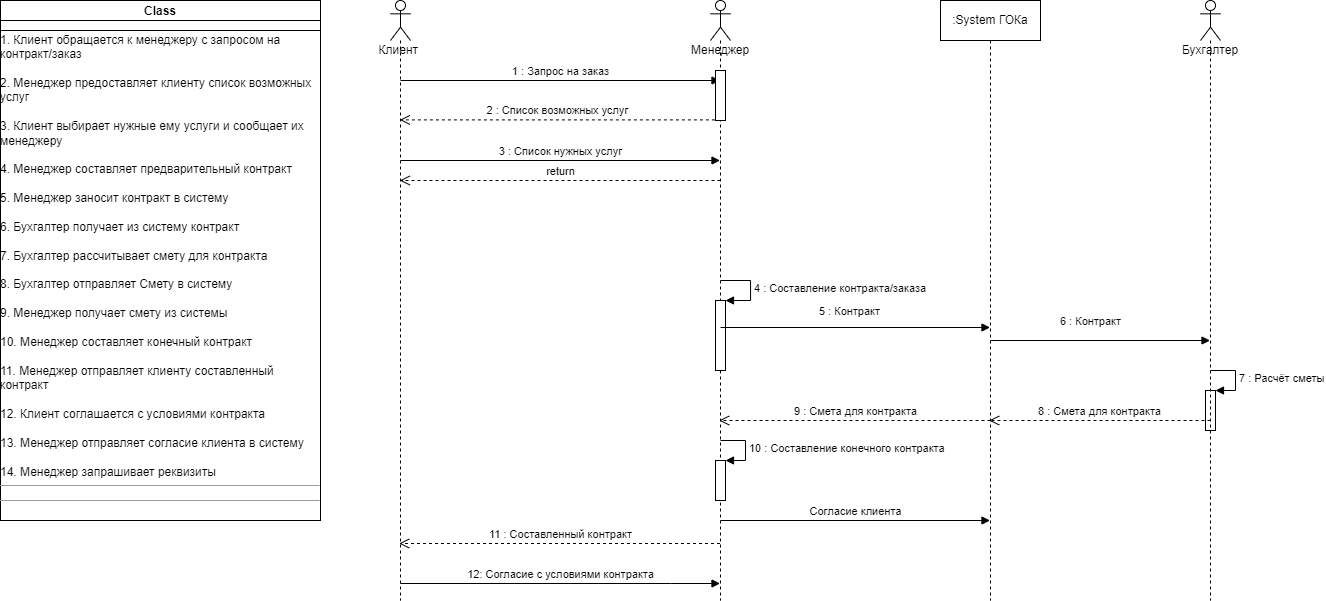
This is InteractionDiagram.drawio.png from Awftf/UML, a draw.io export, as it was before one commit. Source tidied: cells renumbered, new cells last; positions are measured from the earlier drawing's top-left corner, leaving out a move shared by most shapes. Its diagram source:
```xml
<mxGraphModel>
  <root>
    <mxCell id="0" />
    <mxCell id="1" parent="0" />
    <mxCell id="2" value="Клиент&amp;nbsp;" style="shape=umlLifeline;participant=umlActor;perimeter=lifelinePerimeter;whiteSpace=wrap;html=1;verticalAlign=top;spacingTop=36;outlineConnect=0;" parent="1" vertex="1">
      <mxGeometry x="390" width="20" height="600" as="geometry" />
    </mxCell>
    <mxCell id="3" value="3 : Список нужных услуг" style="html=1;verticalAlign=bottom;endArrow=block;rounded=0;" parent="2" edge="1" target="6">
      <mxGeometry relative="1" as="geometry">
        <mxPoint x="10" y="160" as="sourcePoint" />
      </mxGeometry>
    </mxCell>
    <mxCell id="4" value="1 : Запрос на заказ" style="html=1;verticalAlign=bottom;endArrow=block;rounded=0;" parent="2" edge="1" target="6">
      <mxGeometry relative="1" as="geometry">
        <mxPoint x="10" y="80" as="sourcePoint" />
      </mxGeometry>
    </mxCell>
    <mxCell id="5" value="12: Согласие с условиями контракта" style="html=1;verticalAlign=bottom;endArrow=block;rounded=0;" parent="2" edge="1">
      <mxGeometry relative="1" as="geometry">
        <mxPoint x="10" y="583" as="sourcePoint" />
        <mxPoint x="329.5" y="583" as="targetPoint" />
        <Array as="points">
          <mxPoint x="280" y="583" />
        </Array>
      </mxGeometry>
    </mxCell>
    <mxCell id="6" value="Менеджер&lt;br&gt;" style="shape=umlLifeline;participant=umlActor;perimeter=lifelinePerimeter;whiteSpace=wrap;html=1;verticalAlign=top;spacingTop=36;outlineConnect=0;" parent="1" vertex="1">
      <mxGeometry x="710" width="20" height="600" as="geometry" />
    </mxCell>
    <mxCell id="7" style="html=1;points=[];perimeter=orthogonalPerimeter;" parent="6" vertex="1">
      <mxGeometry x="5" y="70" width="10" height="50" as="geometry" />
    </mxCell>
    <mxCell id="8" style="html=1;points=[];perimeter=orthogonalPerimeter;" parent="6" vertex="1">
      <mxGeometry x="5" y="300" width="10" height="70" as="geometry" />
    </mxCell>
    <mxCell id="9" value="4 : Составление контракта/заказа" style="edgeStyle=orthogonalEdgeStyle;html=1;align=left;spacingLeft=2;endArrow=block;rounded=0;entryX=1;entryY=0;" parent="6" edge="1" target="8">
      <mxGeometry relative="1" as="geometry">
        <mxPoint x="10" y="280" as="sourcePoint" />
        <Array as="points">
          <mxPoint x="40" y="280" />
        </Array>
      </mxGeometry>
    </mxCell>
    <mxCell id="10" value="5 : Контракт" style="html=1;verticalAlign=bottom;endArrow=block;rounded=0;" parent="6" edge="1">
      <mxGeometry x="-0.04" y="7" relative="1" as="geometry">
        <mxPoint x="10" y="327" as="sourcePoint" />
        <mxPoint x="279.5" y="327" as="targetPoint" />
      </mxGeometry>
    </mxCell>
    <mxCell id="11" style="html=1;points=[];perimeter=orthogonalPerimeter;" parent="6" vertex="1">
      <mxGeometry x="5" y="460" width="10" height="40" as="geometry" />
    </mxCell>
    <mxCell id="12" value="10 : Составление конечного контракта&amp;nbsp;" style="edgeStyle=orthogonalEdgeStyle;html=1;align=left;spacingLeft=2;endArrow=block;rounded=0;entryX=1;entryY=0;" parent="6" edge="1" target="11">
      <mxGeometry relative="1" as="geometry">
        <mxPoint x="10" y="440" as="sourcePoint" />
        <Array as="points">
          <mxPoint x="35" y="440" />
        </Array>
      </mxGeometry>
    </mxCell>
    <mxCell id="13" value="6 : Контракт" style="html=1;verticalAlign=bottom;endArrow=block;rounded=0;" parent="6" edge="1">
      <mxGeometry x="-0.09" y="10" relative="1" as="geometry">
        <mxPoint x="280" y="340" as="sourcePoint" />
        <mxPoint x="499.5" y="340" as="targetPoint" />
      </mxGeometry>
    </mxCell>
    <mxCell id="14" style="html=1;points=[];perimeter=orthogonalPerimeter;" parent="6" vertex="1">
      <mxGeometry x="495" y="390" width="10" height="40" as="geometry" />
    </mxCell>
    <mxCell id="15" value="7 : Расчёт сметы" style="edgeStyle=orthogonalEdgeStyle;html=1;align=left;spacingLeft=2;endArrow=block;rounded=0;entryX=1;entryY=0;" parent="6" edge="1" target="14">
      <mxGeometry relative="1" as="geometry">
        <mxPoint x="500" y="370" as="sourcePoint" />
        <Array as="points">
          <mxPoint x="525" y="370" />
        </Array>
      </mxGeometry>
    </mxCell>
    <mxCell id="16" value="8 : Смета для контракта" style="html=1;verticalAlign=bottom;endArrow=open;dashed=1;endSize=8;rounded=0;" parent="6" edge="1">
      <mxGeometry relative="1" as="geometry">
        <mxPoint x="500" y="420" as="sourcePoint" />
        <mxPoint x="278.7" y="420" as="targetPoint" />
      </mxGeometry>
    </mxCell>
    <mxCell id="17" value="9 : Смета для контракта" style="html=1;verticalAlign=bottom;endArrow=open;dashed=1;endSize=8;rounded=0;" parent="6" edge="1">
      <mxGeometry relative="1" as="geometry">
        <mxPoint x="280" y="420" as="sourcePoint" />
        <mxPoint x="8.7" y="420" as="targetPoint" />
      </mxGeometry>
    </mxCell>
    <mxCell id="18" value="Согласие клиента" style="html=1;verticalAlign=bottom;endArrow=block;rounded=0;" parent="6" edge="1">
      <mxGeometry relative="1" as="geometry">
        <mxPoint x="10" y="520" as="sourcePoint" />
        <mxPoint x="279.5" y="520" as="targetPoint" />
      </mxGeometry>
    </mxCell>
    <mxCell id="19" value="&lt;p style=&quot;margin: 0px ; margin-top: 4px ; text-align: center&quot;&gt;&lt;b&gt;Class&lt;/b&gt;&lt;/p&gt;&lt;br&gt;1. Клиент обращается к менеджеру с запросом на &lt;br&gt;контракт/заказ&lt;br&gt;&lt;br&gt;2. Менеджер предоставляет клиенту список возможных&lt;br&gt;услуг&lt;br&gt;&lt;br&gt;3. Клиент выбирает нужные ему услуги и сообщает их&lt;br&gt;менеджеру&lt;br&gt;&lt;br&gt;4. Менеджер составляет предварительный контракт&lt;br&gt;&lt;br&gt;5. Менеджер заносит контракт в систему&lt;br&gt;&lt;br&gt;6. Бухгалтер получает из систему контракт&lt;br&gt;&lt;br&gt;7. Бухгалтер рассчитывает смету для контракта&amp;nbsp;&lt;br&gt;&lt;br&gt;8. Бухгалтер отправляет Смету в систему&lt;br&gt;&lt;br&gt;9. Менеджер получает смету из системы&amp;nbsp;&lt;br&gt;&lt;br&gt;10. Менеджер составляет конечный контракт&amp;nbsp;&lt;br&gt;&lt;br&gt;11. Менеджер отправляет клиенту составленный &lt;br&gt;контракт&lt;br&gt;&lt;br&gt;12. Клиент соглашается с условиями контракта&amp;nbsp;&lt;br&gt;&lt;br&gt;13. Менеджер отправляет согласие клиента в систему&lt;br&gt;&lt;br&gt;14. Менеджер запрашивает реквизиты&amp;nbsp;&lt;br&gt;&lt;hr size=&quot;1&quot;&gt;&lt;div style=&quot;height: 2px&quot;&gt;&lt;br&gt;&lt;/div&gt;&lt;hr size=&quot;1&quot;&gt;&lt;div style=&quot;height: 2px&quot;&gt;&lt;/div&gt;" style="verticalAlign=top;align=left;overflow=fill;fontSize=12;fontFamily=Helvetica;html=1;" parent="1" vertex="1">
      <mxGeometry width="320" height="520" as="geometry" />
    </mxCell>
    <mxCell id="20" style="rounded=0;whiteSpace=wrap;html=1;" parent="1" vertex="1">
      <mxGeometry y="20" width="320" height="10" as="geometry" />
    </mxCell>
    <mxCell id="21" value="2 : Список возможных услуг" style="html=1;verticalAlign=bottom;endArrow=open;dashed=1;endSize=8;rounded=0;exitX=-0.06;exitY=0.988;exitDx=0;exitDy=0;exitPerimeter=0;" parent="1" edge="1" source="7" target="2">
      <mxGeometry relative="1" as="geometry" />
    </mxCell>
    <mxCell id="22" value=":System ГОКа" style="shape=umlLifeline;perimeter=lifelinePerimeter;whiteSpace=wrap;html=1;" parent="1" vertex="1">
      <mxGeometry x="940" width="100" height="600" as="geometry" />
    </mxCell>
    <mxCell id="23" value="Бухгалтер&lt;br&gt;" style="shape=umlLifeline;participant=umlActor;perimeter=lifelinePerimeter;whiteSpace=wrap;html=1;verticalAlign=top;spacingTop=36;" parent="1" vertex="1">
      <mxGeometry x="1200" width="20" height="600" as="geometry" />
    </mxCell>
    <mxCell id="24" value="11 : Составленный контракт" style="html=1;verticalAlign=bottom;endArrow=open;dashed=1;endSize=8;rounded=0;" parent="1" edge="1">
      <mxGeometry relative="1" as="geometry">
        <mxPoint x="719.5" y="543" as="sourcePoint" />
        <mxPoint x="398.7" y="543" as="targetPoint" />
        <Array as="points">
          <mxPoint x="690" y="543" />
        </Array>
      </mxGeometry>
    </mxCell>
    <mxCell id="25" value="return" style="html=1;verticalAlign=bottom;endArrow=open;dashed=1;endSize=8;rounded=0;" parent="1" edge="1" target="2">
      <mxGeometry relative="1" as="geometry">
        <mxPoint x="720" y="180" as="sourcePoint" />
      </mxGeometry>
    </mxCell>
  </root>
</mxGraphModel>
```
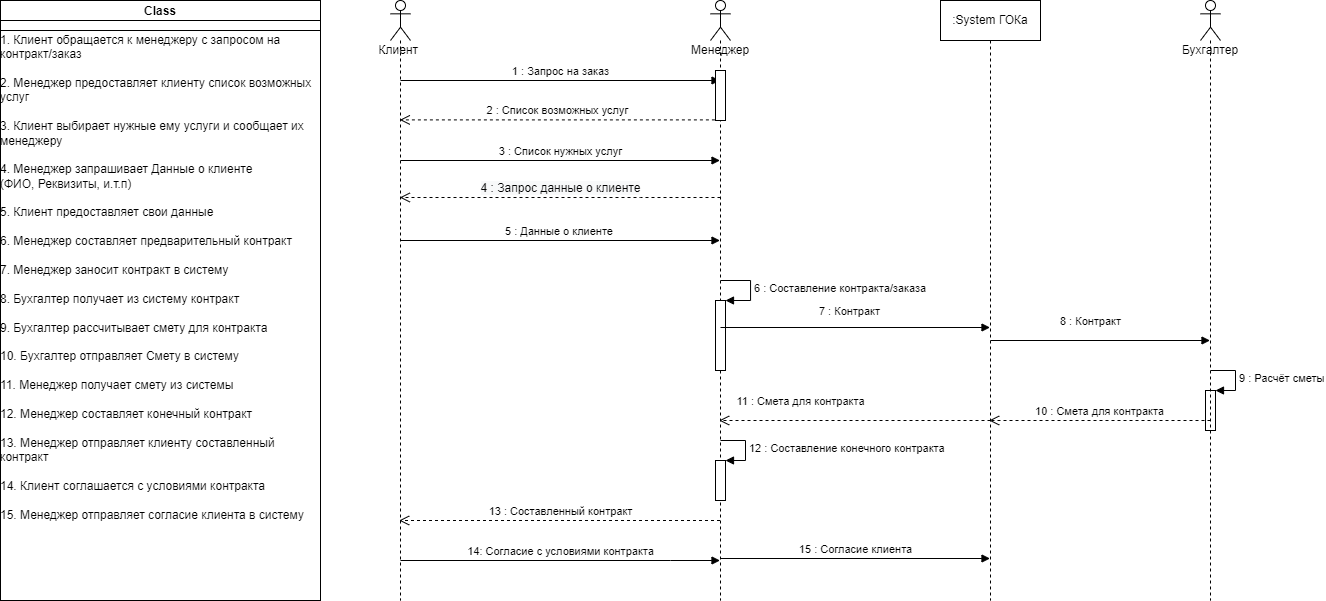
After the commit.

What changed in the source:
```diff
@@ -15,15 +15,11 @@
         <mxPoint x="10" y="80" as="sourcePoint" />
       </mxGeometry>
     </mxCell>
-    <mxCell id="5" value="12: Согласие с условиями контракта" style="html=1;verticalAlign=bottom;endArrow=block;rounded=0;" parent="2" edge="1">
-      <mxGeometry relative="1" as="geometry">
-        <mxPoint x="10" y="583" as="sourcePoint" />
-        <mxPoint x="329.5" y="583" as="targetPoint" />
-        <Array as="points">
-          <mxPoint x="280" y="583" />
-        </Array>
-      </mxGeometry>
-    </mxCell>
+    <mxCell id="26" value="5 : Данные о клиенте&amp;nbsp;" style="html=1;verticalAlign=bottom;endArrow=block;rounded=0;" parent="2" edge="1" target="6">
+      <mxGeometry relative="1" as="geometry">
+        <mxPoint x="10" y="240" as="sourcePoint" />
+      </mxGeometry>
+    </mxCell>
     <mxCell id="6" value="Менеджер&lt;br&gt;" style="shape=umlLifeline;participant=umlActor;perimeter=lifelinePerimeter;whiteSpace=wrap;html=1;verticalAlign=top;spacingTop=36;outlineConnect=0;" parent="1" vertex="1">
       <mxGeometry x="710" width="20" height="600" as="geometry" />
     </mxCell>
@@ -33,7 +29,7 @@
     <mxCell id="8" style="html=1;points=[];perimeter=orthogonalPerimeter;" parent="6" vertex="1">
       <mxGeometry x="5" y="300" width="10" height="70" as="geometry" />
     </mxCell>
-    <mxCell id="9" value="4 : Составление контракта/заказа" style="edgeStyle=orthogonalEdgeStyle;html=1;align=left;spacingLeft=2;endArrow=block;rounded=0;entryX=1;entryY=0;" parent="6" edge="1" target="8">
+    <mxCell id="9" value="6 : Составление контракта/заказа" style="edgeStyle=orthogonalEdgeStyle;html=1;align=left;spacingLeft=2;endArrow=block;rounded=0;entryX=1;entryY=0;" parent="6" edge="1" target="8">
       <mxGeometry relative="1" as="geometry">
         <mxPoint x="10" y="280" as="sourcePoint" />
         <Array as="points">
@@ -41,7 +37,7 @@
         </Array>
       </mxGeometry>
     </mxCell>
-    <mxCell id="10" value="5 : Контракт" style="html=1;verticalAlign=bottom;endArrow=block;rounded=0;" parent="6" edge="1">
+    <mxCell id="10" value="7 : Контракт" style="html=1;verticalAlign=bottom;endArrow=block;rounded=0;" parent="6" edge="1">
       <mxGeometry x="-0.04" y="7" relative="1" as="geometry">
         <mxPoint x="10" y="327" as="sourcePoint" />
         <mxPoint x="279.5" y="327" as="targetPoint" />
@@ -50,7 +46,7 @@
     <mxCell id="11" style="html=1;points=[];perimeter=orthogonalPerimeter;" parent="6" vertex="1">
       <mxGeometry x="5" y="460" width="10" height="40" as="geometry" />
     </mxCell>
-    <mxCell id="12" value="10 : Составление конечного контракта&amp;nbsp;" style="edgeStyle=orthogonalEdgeStyle;html=1;align=left;spacingLeft=2;endArrow=block;rounded=0;entryX=1;entryY=0;" parent="6" edge="1" target="11">
+    <mxCell id="12" value="12 : Составление конечного контракта&amp;nbsp;" style="edgeStyle=orthogonalEdgeStyle;html=1;align=left;spacingLeft=2;endArrow=block;rounded=0;entryX=1;entryY=0;" parent="6" edge="1" target="11">
       <mxGeometry relative="1" as="geometry">
         <mxPoint x="10" y="440" as="sourcePoint" />
         <Array as="points">
@@ -58,7 +54,7 @@
         </Array>
       </mxGeometry>
     </mxCell>
-    <mxCell id="13" value="6 : Контракт" style="html=1;verticalAlign=bottom;endArrow=block;rounded=0;" parent="6" edge="1">
+    <mxCell id="13" value="8 : Контракт" style="html=1;verticalAlign=bottom;endArrow=block;rounded=0;" parent="6" edge="1">
       <mxGeometry x="-0.09" y="10" relative="1" as="geometry">
         <mxPoint x="280" y="340" as="sourcePoint" />
         <mxPoint x="499.5" y="340" as="targetPoint" />
@@ -67,7 +63,7 @@
     <mxCell id="14" style="html=1;points=[];perimeter=orthogonalPerimeter;" parent="6" vertex="1">
       <mxGeometry x="495" y="390" width="10" height="40" as="geometry" />
     </mxCell>
-    <mxCell id="15" value="7 : Расчёт сметы" style="edgeStyle=orthogonalEdgeStyle;html=1;align=left;spacingLeft=2;endArrow=block;rounded=0;entryX=1;entryY=0;" parent="6" edge="1" target="14">
+    <mxCell id="15" value="9 : Расчёт сметы" style="edgeStyle=orthogonalEdgeStyle;html=1;align=left;spacingLeft=2;endArrow=block;rounded=0;entryX=1;entryY=0;" parent="6" edge="1" target="14">
       <mxGeometry relative="1" as="geometry">
         <mxPoint x="500" y="370" as="sourcePoint" />
         <Array as="points">
@@ -75,26 +71,27 @@
         </Array>
       </mxGeometry>
     </mxCell>
-    <mxCell id="16" value="8 : Смета для контракта" style="html=1;verticalAlign=bottom;endArrow=open;dashed=1;endSize=8;rounded=0;" parent="6" edge="1">
+    <mxCell id="16" value="10 : Смета для контракта" style="html=1;verticalAlign=bottom;endArrow=open;dashed=1;endSize=8;rounded=0;" parent="6" edge="1">
       <mxGeometry relative="1" as="geometry">
         <mxPoint x="500" y="420" as="sourcePoint" />
         <mxPoint x="278.7" y="420" as="targetPoint" />
       </mxGeometry>
     </mxCell>
-    <mxCell id="17" value="9 : Смета для контракта" style="html=1;verticalAlign=bottom;endArrow=open;dashed=1;endSize=8;rounded=0;" parent="6" edge="1">
-      <mxGeometry relative="1" as="geometry">
+    <mxCell id="17" value="11 : Смета для контракта" style="html=1;verticalAlign=bottom;endArrow=open;dashed=1;endSize=8;rounded=0;" parent="6" edge="1">
+      <mxGeometry x="0.4" y="-10" relative="1" as="geometry">
         <mxPoint x="280" y="420" as="sourcePoint" />
         <mxPoint x="8.7" y="420" as="targetPoint" />
+        <mxPoint x="1" as="offset" />
       </mxGeometry>
     </mxCell>
-    <mxCell id="18" value="Согласие клиента" style="html=1;verticalAlign=bottom;endArrow=block;rounded=0;" parent="6" edge="1">
+    <mxCell id="18" value="15 : Согласие клиента" style="html=1;verticalAlign=bottom;endArrow=block;rounded=0;" parent="6" edge="1">
       <mxGeometry relative="1" as="geometry">
-        <mxPoint x="10" y="520" as="sourcePoint" />
-        <mxPoint x="279.5" y="520" as="targetPoint" />
+        <mxPoint x="10" y="558" as="sourcePoint" />
+        <mxPoint x="279.5" y="558" as="targetPoint" />
       </mxGeometry>
     </mxCell>
-    <mxCell id="19" value="&lt;p style=&quot;margin: 0px ; margin-top: 4px ; text-align: center&quot;&gt;&lt;b&gt;Class&lt;/b&gt;&lt;/p&gt;&lt;br&gt;1. Клиент обращается к менеджеру с запросом на &lt;br&gt;контракт/заказ&lt;br&gt;&lt;br&gt;2. Менеджер предоставляет клиенту список возможных&lt;br&gt;услуг&lt;br&gt;&lt;br&gt;3. Клиент выбирает нужные ему услуги и сообщает их&lt;br&gt;менеджеру&lt;br&gt;&lt;br&gt;4. Менеджер составляет предварительный контракт&lt;br&gt;&lt;br&gt;5. Менеджер заносит контракт в систему&lt;br&gt;&lt;br&gt;6. Бухгалтер получает из систему контракт&lt;br&gt;&lt;br&gt;7. Бухгалтер рассчитывает смету для контракта&amp;nbsp;&lt;br&gt;&lt;br&gt;8. Бухгалтер отправляет Смету в систему&lt;br&gt;&lt;br&gt;9. Менеджер получает смету из системы&amp;nbsp;&lt;br&gt;&lt;br&gt;10. Менеджер составляет конечный контракт&amp;nbsp;&lt;br&gt;&lt;br&gt;11. Менеджер отправляет клиенту составленный &lt;br&gt;контракт&lt;br&gt;&lt;br&gt;12. Клиент соглашается с условиями контракта&amp;nbsp;&lt;br&gt;&lt;br&gt;13. Менеджер отправляет согласие клиента в систему&lt;br&gt;&lt;br&gt;14. Менеджер запрашивает реквизиты&amp;nbsp;&lt;br&gt;&lt;hr size=&quot;1&quot;&gt;&lt;div style=&quot;height: 2px&quot;&gt;&lt;br&gt;&lt;/div&gt;&lt;hr size=&quot;1&quot;&gt;&lt;div style=&quot;height: 2px&quot;&gt;&lt;/div&gt;" style="verticalAlign=top;align=left;overflow=fill;fontSize=12;fontFamily=Helvetica;html=1;" parent="1" vertex="1">
-      <mxGeometry width="320" height="520" as="geometry" />
+    <mxCell id="19" value="&lt;p style=&quot;margin: 0px ; margin-top: 4px ; text-align: center&quot;&gt;&lt;b&gt;Class&lt;/b&gt;&lt;/p&gt;&lt;br&gt;1. Клиент обращается к менеджеру с запросом на &lt;br&gt;контракт/заказ&lt;br&gt;&lt;br&gt;2. Менеджер предоставляет клиенту список возможных&lt;br&gt;услуг&lt;br&gt;&lt;br&gt;3. Клиент выбирает нужные ему услуги и сообщает их&lt;br&gt;менеджеру&lt;br&gt;&lt;br&gt;4. Менеджер запрашивает Данные о клиенте&lt;br&gt;(ФИО, Реквизиты, и.т.п)&lt;br&gt;&lt;br&gt;5. Клиент предоставляет свои данные&lt;br&gt;&lt;br&gt;6. Менеджер составляет предварительный контракт&lt;br&gt;&lt;br&gt;7. Менеджер заносит контракт в систему&lt;br&gt;&lt;br&gt;8. Бухгалтер получает из систему контракт&lt;br&gt;&lt;br&gt;9. Бухгалтер рассчитывает смету для контракта&amp;nbsp;&lt;br&gt;&lt;br&gt;10. Бухгалтер отправляет Смету в систему&lt;br&gt;&lt;br&gt;11. Менеджер получает смету из системы&amp;nbsp;&lt;br&gt;&lt;br&gt;12. Менеджер составляет конечный контракт&amp;nbsp;&lt;br&gt;&lt;br&gt;13. Менеджер отправляет клиенту составленный&lt;br&gt;контракт&lt;br&gt;&lt;br&gt;14. Клиент соглашается с условиями контракта&amp;nbsp;&lt;br&gt;&lt;br&gt;15. Менеджер отправляет согласие клиента в систему&lt;br&gt;&lt;br&gt;" style="verticalAlign=top;align=left;overflow=fill;fontSize=12;fontFamily=Helvetica;html=1;" parent="1" vertex="1">
+      <mxGeometry width="320" height="600" as="geometry" />
     </mxCell>
     <mxCell id="20" style="rounded=0;whiteSpace=wrap;html=1;" parent="1" vertex="1">
       <mxGeometry y="20" width="320" height="10" as="geometry" />
@@ -108,19 +105,32 @@
     <mxCell id="23" value="Бухгалтер&lt;br&gt;" style="shape=umlLifeline;participant=umlActor;perimeter=lifelinePerimeter;whiteSpace=wrap;html=1;verticalAlign=top;spacingTop=36;" parent="1" vertex="1">
       <mxGeometry x="1200" width="20" height="600" as="geometry" />
     </mxCell>
+    <mxCell id="25" value="&lt;span style=&quot;font-size: 12px ; text-align: left ; background-color: rgb(248 , 249 , 250)&quot;&gt;4 : Запрос данные о клиенте&lt;/span&gt;" style="html=1;verticalAlign=bottom;endArrow=open;dashed=1;endSize=8;rounded=0;" parent="1" edge="1">
+      <mxGeometry relative="1" as="geometry">
+        <mxPoint x="720" y="197" as="sourcePoint" />
+        <mxPoint x="399.3" y="197" as="targetPoint" />
+        <Array as="points">
+          <mxPoint x="640" y="197" />
+        </Array>
+      </mxGeometry>
+    </mxCell>
+    <mxCell id="5" value="14: Согласие с условиями контракта" style="html=1;verticalAlign=bottom;endArrow=block;rounded=0;" parent="1" edge="1">
+      <mxGeometry relative="1" as="geometry">
+        <mxPoint x="400" y="560" as="sourcePoint" />
+        <mxPoint x="719.5" y="560" as="targetPoint" />
+        <Array as="points">
+          <mxPoint x="670" y="560" />
+        </Array>
+      </mxGeometry>
+    </mxCell>
-    <mxCell id="24" value="11 : Составленный контракт" style="html=1;verticalAlign=bottom;endArrow=open;dashed=1;endSize=8;rounded=0;" parent="1" edge="1">
+    <mxCell id="24" value="13 : Составленный контракт" style="html=1;verticalAlign=bottom;endArrow=open;dashed=1;endSize=8;rounded=0;" parent="1" edge="1">
       <mxGeometry relative="1" as="geometry">
-        <mxPoint x="719.5" y="543" as="sourcePoint" />
-        <mxPoint x="398.7" y="543" as="targetPoint" />
+        <mxPoint x="719.5" y="520" as="sourcePoint" />
+        <mxPoint x="398.7" y="520" as="targetPoint" />
         <Array as="points">
-          <mxPoint x="690" y="543" />
+          <mxPoint x="690" y="520" />
         </Array>
       </mxGeometry>
     </mxCell>
-    <mxCell id="25" value="return" style="html=1;verticalAlign=bottom;endArrow=open;dashed=1;endSize=8;rounded=0;" parent="1" edge="1" target="2">
-      <mxGeometry relative="1" as="geometry">
-        <mxPoint x="720" y="180" as="sourcePoint" />
-      </mxGeometry>
-    </mxCell>
   </root>
 </mxGraphModel>
```
